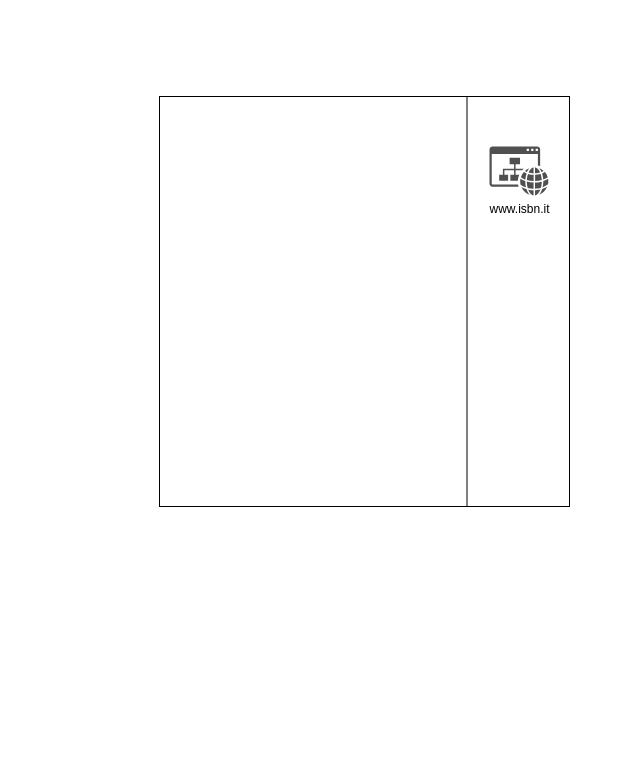
The draw.io diagram SistemaAIE.drawio in Ediser-mEDRA/sistema-aie, before the edit. Source tidied: cells renumbered, new cells numbered last; positions are measured from the earlier drawing's top-left corner, leaving out a move shared by most shapes. Both pictures are drawn from the tidied source at 100%, with x=0, y=0 at pixel (159, 96). Pictures stored in the file or linked from it are replaced by grey dashed boxes.
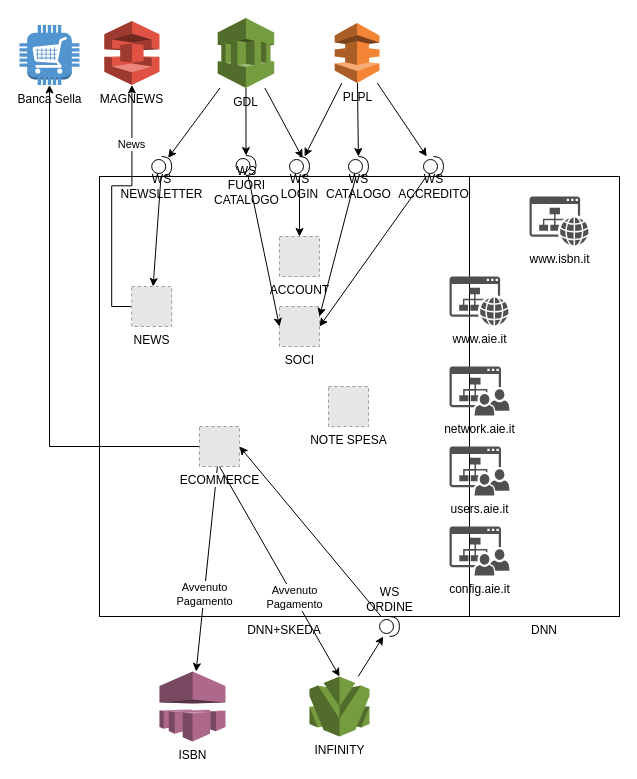
The same page after the edit.

Diff of the diagram source:
```diff
@@
+    <mxCell id="5" value="DNN" style="whiteSpace=wrap;html=1;fillColor=none;verticalAlign=top;labelPosition=center;verticalLabelPosition=bottom;align=center;" parent="1" vertex="1">
+      <mxGeometry x="310" y="80" width="150" height="440" as="geometry" />
+    </mxCell>
-    <mxCell id="2" style="whiteSpace=wrap;html=1;fillColor=none;" parent="1" vertex="1">
-      <mxGeometry width="410" height="410" as="geometry" />
+    <mxCell id="2" value="DNN+SKEDA" style="whiteSpace=wrap;html=1;fillColor=none;verticalAlign=top;labelPosition=center;verticalLabelPosition=bottom;align=center;" parent="1" vertex="1">
+      <mxGeometry x="-60" y="80" width="370" height="440" as="geometry" />
     </mxCell>
-    <mxCell id="3" style="endArrow=none;html=1;rounded=0;entryX=0.75;entryY=0;entryDx=0;entryDy=0;exitX=0.75;exitY=1;exitDx=0;exitDy=0;" parent="1" edge="1" source="2" target="2">
-      <mxGeometry relative="1" as="geometry" />
-    </mxCell>
     <mxCell id="4" value="www.isbn.it" style="sketch=0;shadow=0;dashed=0;html=1;strokeColor=none;fillColor=#505050;labelPosition=center;verticalLabelPosition=bottom;verticalAlign=top;align=center;shape=mxgraph.office.sites.website;" parent="1" vertex="1">
-      <mxGeometry x="330" y="50" width="59" height="49" as="geometry" />
+      <mxGeometry x="370" y="100" width="59" height="49" as="geometry" />
     </mxCell>
+    <mxCell id="6" value="www.aie.it" style="sketch=0;shadow=0;dashed=0;html=1;strokeColor=none;fillColor=#505050;labelPosition=center;verticalLabelPosition=bottom;verticalAlign=top;align=center;shape=mxgraph.office.sites.website;" parent="1" vertex="1">
+      <mxGeometry x="290" y="180" width="59" height="49" as="geometry" />
+    </mxCell>
+    <mxCell id="7" value="network.aie.it" style="sketch=0;shadow=0;dashed=0;html=1;strokeColor=none;fillColor=#505050;labelPosition=center;verticalLabelPosition=bottom;verticalAlign=top;align=center;shape=mxgraph.office.sites.site_team;" parent="1" vertex="1">
+      <mxGeometry x="290" y="270" width="60" height="49" as="geometry" />
+    </mxCell>
+    <mxCell id="8" value="users.aie.it" style="sketch=0;shadow=0;dashed=0;html=1;strokeColor=none;fillColor=#505050;labelPosition=center;verticalLabelPosition=bottom;verticalAlign=top;align=center;shape=mxgraph.office.sites.site_team;" parent="1" vertex="1">
+      <mxGeometry x="290" y="350" width="60" height="49" as="geometry" />
+    </mxCell>
+    <mxCell id="9" value="config.aie.it" style="sketch=0;shadow=0;dashed=0;html=1;strokeColor=none;fillColor=#505050;labelPosition=center;verticalLabelPosition=bottom;verticalAlign=top;align=center;shape=mxgraph.office.sites.site_team;" parent="1" vertex="1">
+      <mxGeometry x="290" y="430" width="60" height="49" as="geometry" />
+    </mxCell>
+    <mxCell id="10" value="SOCI" style="fillColor=#E6E6E6;strokeColor=#999999;dashed=1;html=1;verticalAlign=top;verticalLabelPosition=bottom;labelBackgroundColor=#ffffff;" parent="1" vertex="1">
+      <mxGeometry x="120" y="210" width="40" height="40" as="geometry" />
+    </mxCell>
+    <mxCell id="11" style="edgeStyle=orthogonalEdgeStyle;rounded=0;jettySize=auto;html=1;exitX=0;exitY=0.5;exitDx=0;exitDy=0;" parent="1" edge="1" source="13" target="36">
+      <mxGeometry relative="1" as="geometry" />
+    </mxCell>
+    <mxCell id="12" value="News" style="edgeLabel;html=1;align=center;verticalAlign=middle;" parent="11" vertex="1">
+      <mxGeometry x="0.55" y="1" relative="1" as="geometry" />
+    </mxCell>
+    <mxCell id="13" value="NEWS" style="fillColor=#E6E6E6;strokeColor=#999999;dashed=1;html=1;verticalAlign=top;verticalLabelPosition=bottom;labelBackgroundColor=#ffffff;" parent="1" vertex="1">
+      <mxGeometry x="-27.8" y="190" width="40" height="40" as="geometry" />
+    </mxCell>
+    <mxCell id="14" style="edgeStyle=none;rounded=0;jettySize=auto;html=1;" parent="1" edge="1" source="17" target="35">
+      <mxGeometry relative="1" as="geometry" />
+    </mxCell>
+    <mxCell id="15" value="Avvenuto &lt;br&gt;Pagamento" style="edgeLabel;html=1;align=center;verticalAlign=middle;" parent="14" vertex="1">
+      <mxGeometry x="0.24" relative="1" as="geometry" />
+    </mxCell>
+    <mxCell id="16" style="edgeStyle=orthogonalEdgeStyle;rounded=0;jettySize=auto;html=1;" parent="1" edge="1" source="17" target="47">
+      <mxGeometry relative="1" as="geometry" />
+    </mxCell>
+    <mxCell id="17" value="ECOMMERCE" style="fillColor=#E6E6E6;strokeColor=#999999;dashed=1;html=1;verticalAlign=top;verticalLabelPosition=bottom;labelBackgroundColor=#ffffff;" parent="1" vertex="1">
+      <mxGeometry x="40" y="330" width="40" height="40" as="geometry" />
+    </mxCell>
+    <mxCell id="18" value="ACCOUNT" style="fillColor=#E6E6E6;strokeColor=#999999;dashed=1;html=1;verticalAlign=top;verticalLabelPosition=bottom;labelBackgroundColor=#ffffff;" parent="1" vertex="1">
+      <mxGeometry x="120" y="140" width="40" height="40" as="geometry" />
+    </mxCell>
+    <mxCell id="19" value="NOTE SPESA" style="fillColor=#E6E6E6;strokeColor=#999999;dashed=1;html=1;verticalAlign=top;verticalLabelPosition=bottom;labelBackgroundColor=#ffffff;" parent="1" vertex="1">
+      <mxGeometry x="169" y="290" width="40" height="40" as="geometry" />
+    </mxCell>
+    <mxCell id="20" style="edgeStyle=none;rounded=0;jettySize=auto;html=1;" parent="1" edge="1" source="22" target="2">
+      <mxGeometry relative="1" as="geometry" />
+    </mxCell>
+    <mxCell id="21" style="edgeStyle=none;rounded=0;jettySize=auto;html=1;entryX=1;entryY=0.5;entryDx=0;entryDy=0;" parent="1" edge="1" source="22" target="10">
+      <mxGeometry relative="1" as="geometry" />
+    </mxCell>
+    <mxCell id="22" value="WS &lt;br&gt;ACCREDITO" style="shape=providedRequiredInterface;html=1;verticalLabelPosition=bottom;sketch=0;fillStyle=solid;fillColor=none;rotation=0;" parent="1" vertex="1">
+      <mxGeometry x="264" y="60" width="20" height="20" as="geometry" />
+    </mxCell>
+    <mxCell id="23" style="edgeStyle=none;rounded=0;jettySize=auto;html=1;" parent="1" edge="1" source="24" target="18">
+      <mxGeometry relative="1" as="geometry" />
+    </mxCell>
+    <mxCell id="24" value="WS &lt;br&gt;LOGIN" style="shape=providedRequiredInterface;html=1;verticalLabelPosition=bottom;sketch=0;fillStyle=solid;fillColor=none;rotation=0;" parent="1" vertex="1">
+      <mxGeometry x="130" y="60" width="20" height="20" as="geometry" />
+    </mxCell>
+    <mxCell id="25" style="edgeStyle=none;rounded=0;jettySize=auto;html=1;entryX=1;entryY=0.25;entryDx=0;entryDy=0;" parent="1" edge="1" source="26" target="10">
+      <mxGeometry relative="1" as="geometry" />
+    </mxCell>
+    <mxCell id="26" value="WS &lt;br&gt;CATALOGO" style="shape=providedRequiredInterface;html=1;verticalLabelPosition=bottom;sketch=0;fillStyle=solid;fillColor=none;rotation=0;" parent="1" vertex="1">
+      <mxGeometry x="189" y="60" width="20" height="20" as="geometry" />
+    </mxCell>
+    <mxCell id="27" style="rounded=0;jettySize=auto;html=1;" parent="1" edge="1" source="30" target="22">
+      <mxGeometry relative="1" as="geometry" />
+    </mxCell>
+    <mxCell id="28" style="edgeStyle=none;rounded=0;jettySize=auto;html=1;" parent="1" edge="1" source="30" target="24">
+      <mxGeometry relative="1" as="geometry" />
+    </mxCell>
+    <mxCell id="29" style="edgeStyle=none;rounded=0;jettySize=auto;html=1;" parent="1" edge="1" source="30" target="26">
+      <mxGeometry relative="1" as="geometry" />
+    </mxCell>
+    <mxCell id="30" value="PLPL" style="outlineConnect=0;dashed=0;verticalLabelPosition=bottom;verticalAlign=top;align=center;html=1;shape=mxgraph.aws3.direct_connect;fillColor=#F58536;gradientColor=none;fillStyle=solid;" parent="1" vertex="1">
+      <mxGeometry x="175.2" y="-73.5" width="44.8" height="60" as="geometry" />
+    </mxCell>
+    <mxCell id="31" style="edgeStyle=none;rounded=0;jettySize=auto;html=1;entryX=0.653;entryY=0.073;entryDx=0;entryDy=0;entryPerimeter=0;" parent="1" edge="1" source="34" target="24">
+      <mxGeometry relative="1" as="geometry" />
+    </mxCell>
+    <mxCell id="32" style="edgeStyle=none;rounded=0;jettySize=auto;html=1;" parent="1" edge="1" source="34" target="40">
+      <mxGeometry relative="1" as="geometry" />
+    </mxCell>
+    <mxCell id="33" style="edgeStyle=none;rounded=0;jettySize=auto;html=1;entryX=0.821;entryY=0.073;entryDx=0;entryDy=0;entryPerimeter=0;" parent="1" edge="1" source="34" target="42">
+      <mxGeometry relative="1" as="geometry" />
+    </mxCell>
+    <mxCell id="34" value="GDL" style="outlineConnect=0;dashed=0;verticalLabelPosition=bottom;verticalAlign=top;align=center;html=1;shape=mxgraph.aws3.service_catalog;fillColor=#759C3E;gradientColor=none;fillStyle=solid;" parent="1" vertex="1">
+      <mxGeometry x="58.2" y="-78.5" width="56.5" height="70" as="geometry" />
+    </mxCell>
+    <mxCell id="35" value="ISBN" style="outlineConnect=0;dashed=0;verticalLabelPosition=bottom;verticalAlign=top;align=center;html=1;shape=mxgraph.aws3.device_farm;fillColor=#AD688B;gradientColor=none;fillStyle=solid;" parent="1" vertex="1">
+      <mxGeometry y="575" width="66" height="70" as="geometry" />
+    </mxCell>
+    <mxCell id="36" value="MAGNEWS" style="outlineConnect=0;dashed=0;verticalLabelPosition=bottom;verticalAlign=top;align=center;html=1;shape=mxgraph.aws3.snowball;fillColor=#E05243;gradientColor=none;fillStyle=solid;" parent="1" vertex="1">
+      <mxGeometry x="-55.2" y="-75.5" width="55.2" height="64" as="geometry" />
+    </mxCell>
+    <mxCell id="37" style="edgeStyle=none;rounded=0;jettySize=auto;html=1;" parent="1" edge="1" source="38" target="44">
+      <mxGeometry relative="1" as="geometry" />
+    </mxCell>
+    <mxCell id="38" value="INFINITY" style="outlineConnect=0;dashed=0;verticalLabelPosition=bottom;verticalAlign=top;align=center;html=1;shape=mxgraph.aws3.opsworks;fillColor=#759C3E;gradientColor=none;fillStyle=solid;" parent="1" vertex="1">
+      <mxGeometry x="150" y="580" width="60" height="60" as="geometry" />
+    </mxCell>
+    <mxCell id="39" style="edgeStyle=none;rounded=0;jettySize=auto;html=1;entryX=0;entryY=0.5;entryDx=0;entryDy=0;" parent="1" edge="1" source="40" target="10">
+      <mxGeometry relative="1" as="geometry" />
+    </mxCell>
+    <mxCell id="40" value="WS &lt;br&gt;FUORI&lt;br&gt;CATALOGO" style="shape=providedRequiredInterface;html=1;verticalLabelPosition=bottom;sketch=0;fillStyle=solid;fillColor=none;rotation=0;" parent="1" vertex="1">
+      <mxGeometry x="76.5" y="59" width="20" height="20" as="geometry" />
+    </mxCell>
+    <mxCell id="41" style="edgeStyle=none;rounded=0;jettySize=auto;html=1;" parent="1" edge="1" source="42" target="13">
+      <mxGeometry relative="1" as="geometry" />
+    </mxCell>
+    <mxCell id="42" value="WS &lt;br&gt;NEWSLETTER" style="shape=providedRequiredInterface;html=1;verticalLabelPosition=bottom;sketch=0;fillStyle=solid;fillColor=none;rotation=0;" parent="1" vertex="1">
+      <mxGeometry x="-7.8" y="60" width="20" height="20" as="geometry" />
+    </mxCell>
+    <mxCell id="43" style="edgeStyle=none;rounded=0;jettySize=auto;html=1;entryX=1;entryY=0.5;entryDx=0;entryDy=0;" parent="1" edge="1" source="44" target="17">
+      <mxGeometry relative="1" as="geometry" />
+    </mxCell>
+    <mxCell id="44" value="WS &lt;br&gt;ORDINE" style="shape=providedRequiredInterface;html=1;verticalLabelPosition=top;sketch=0;fillStyle=solid;fillColor=none;rotation=0;labelPosition=center;align=center;verticalAlign=bottom;" parent="1" vertex="1">
+      <mxGeometry x="220" y="520" width="20" height="20" as="geometry" />
+    </mxCell>
+    <mxCell id="45" style="edgeStyle=none;rounded=0;jettySize=auto;html=1;exitX=0.5;exitY=1;exitDx=0;exitDy=0;entryX=0.5;entryY=0;entryDx=0;entryDy=0;entryPerimeter=0;" parent="1" edge="1" source="17" target="38">
+      <mxGeometry relative="1" as="geometry" />
+    </mxCell>
+    <mxCell id="46" value="Avvenuto &lt;br&gt;Pagamento" style="edgeLabel;html=1;align=center;verticalAlign=middle;" parent="45" vertex="1">
+      <mxGeometry x="0.24" relative="1" as="geometry" />
+    </mxCell>
+    <mxCell id="47" value="Banca Sella" style="outlineConnect=0;dashed=0;verticalLabelPosition=bottom;verticalAlign=top;align=center;html=1;shape=mxgraph.aws3.cart;fillColor=#5294CF;gradientColor=none;fillStyle=solid;" parent="1" vertex="1">
+      <mxGeometry x="-140" y="-71.5" width="60" height="60" as="geometry" />
+    </mxCell>
```
